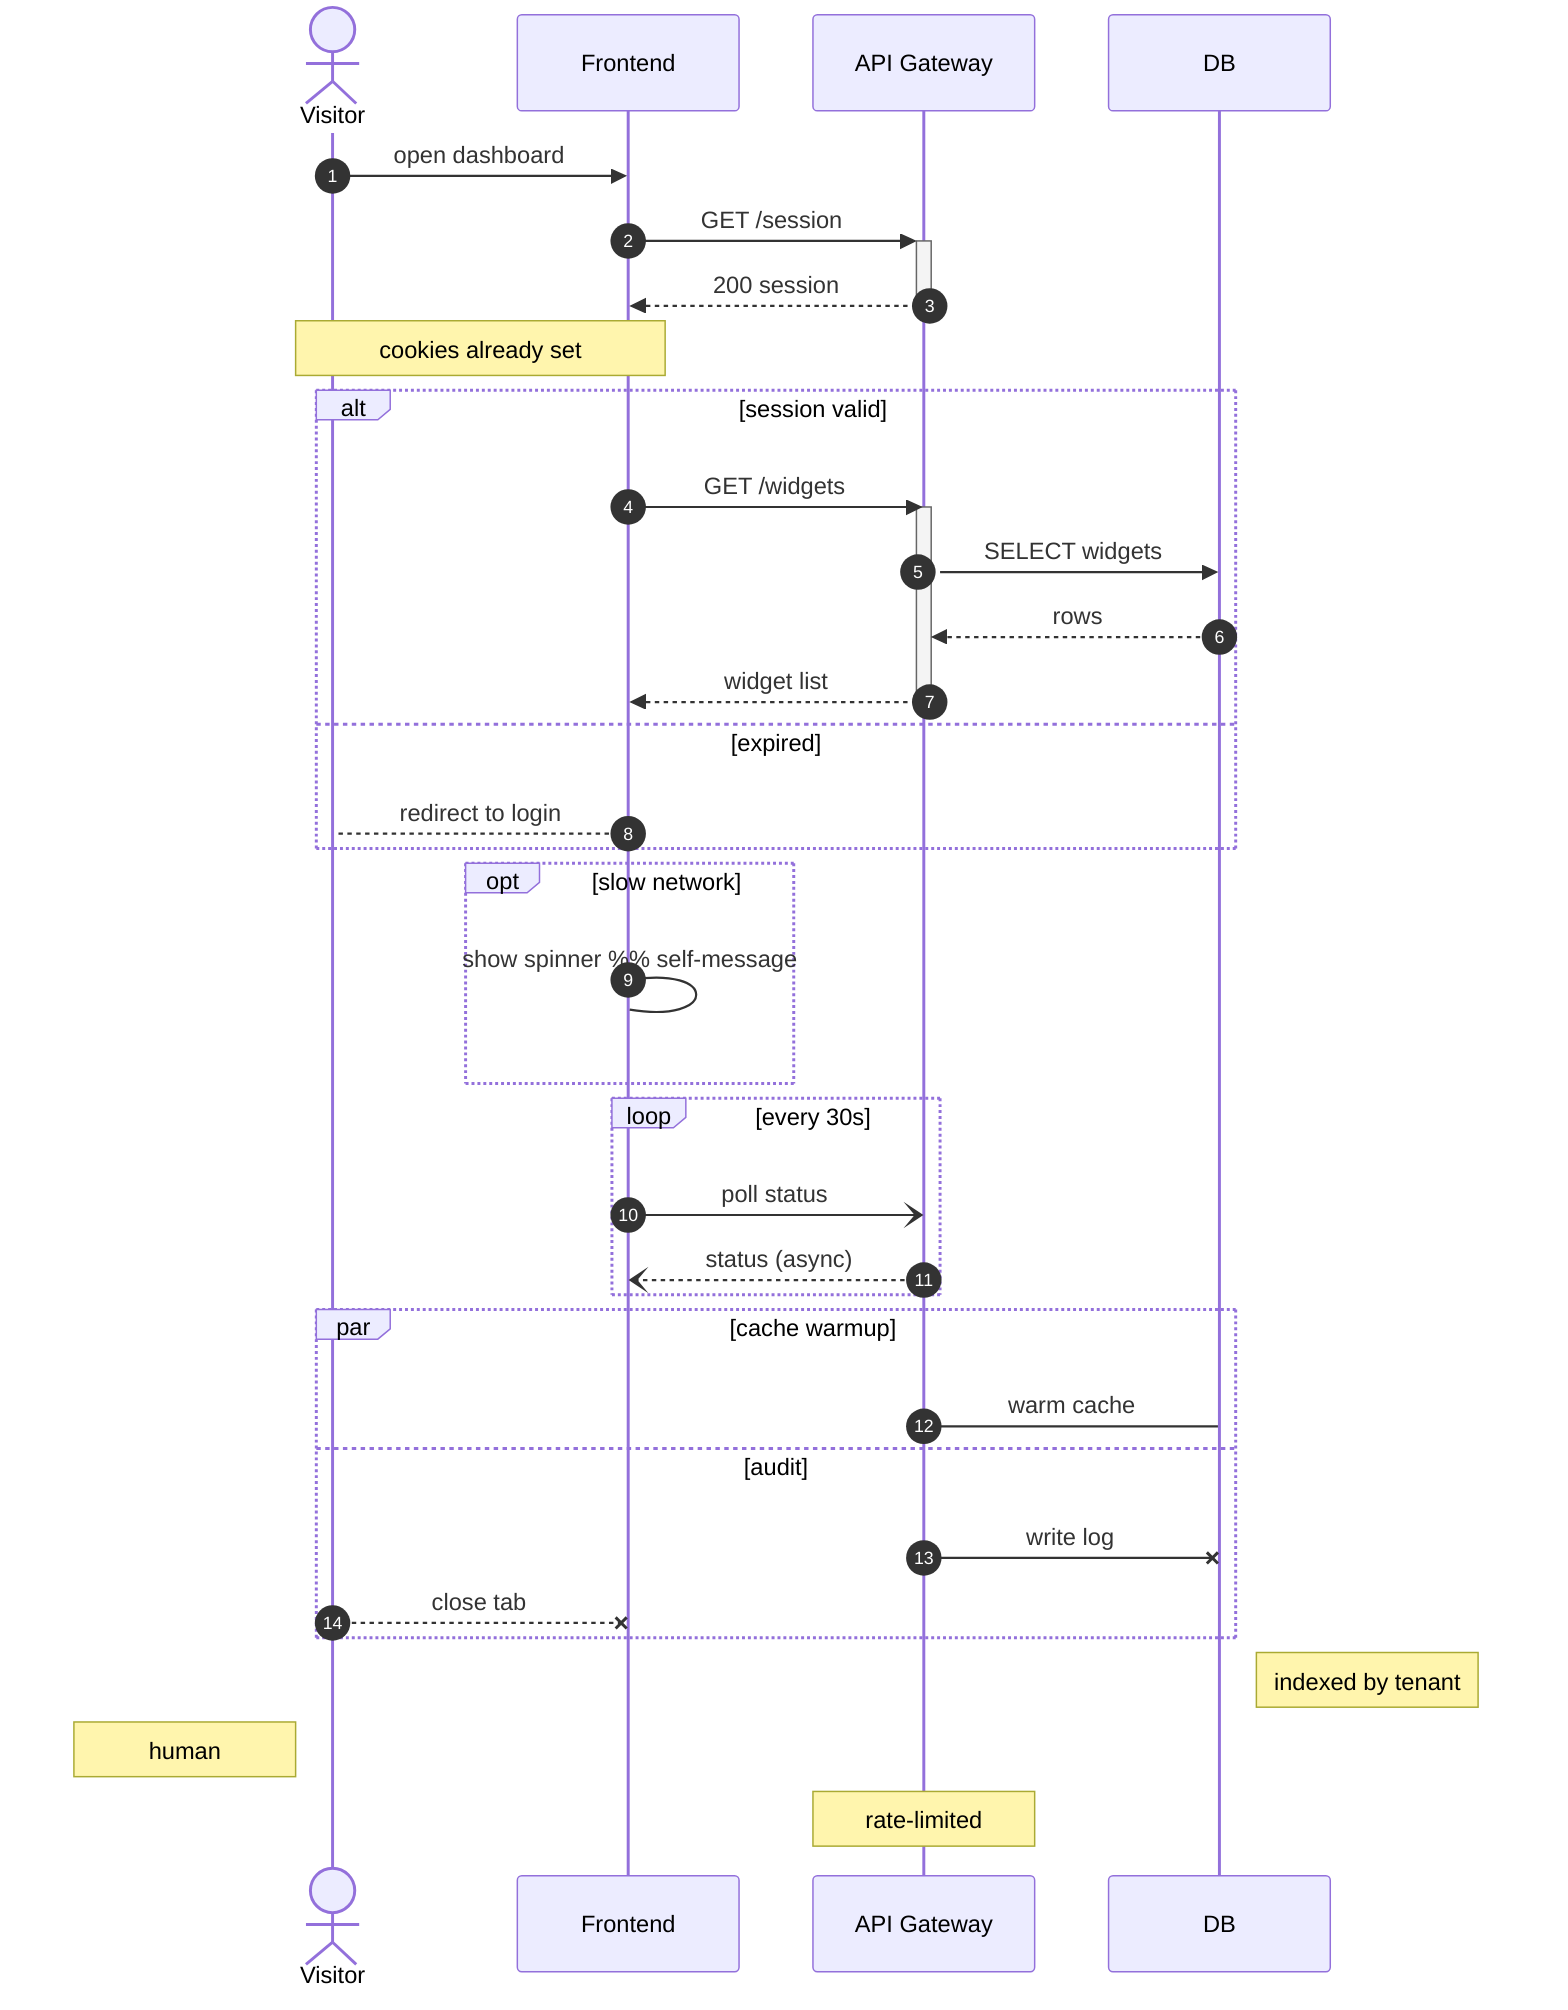
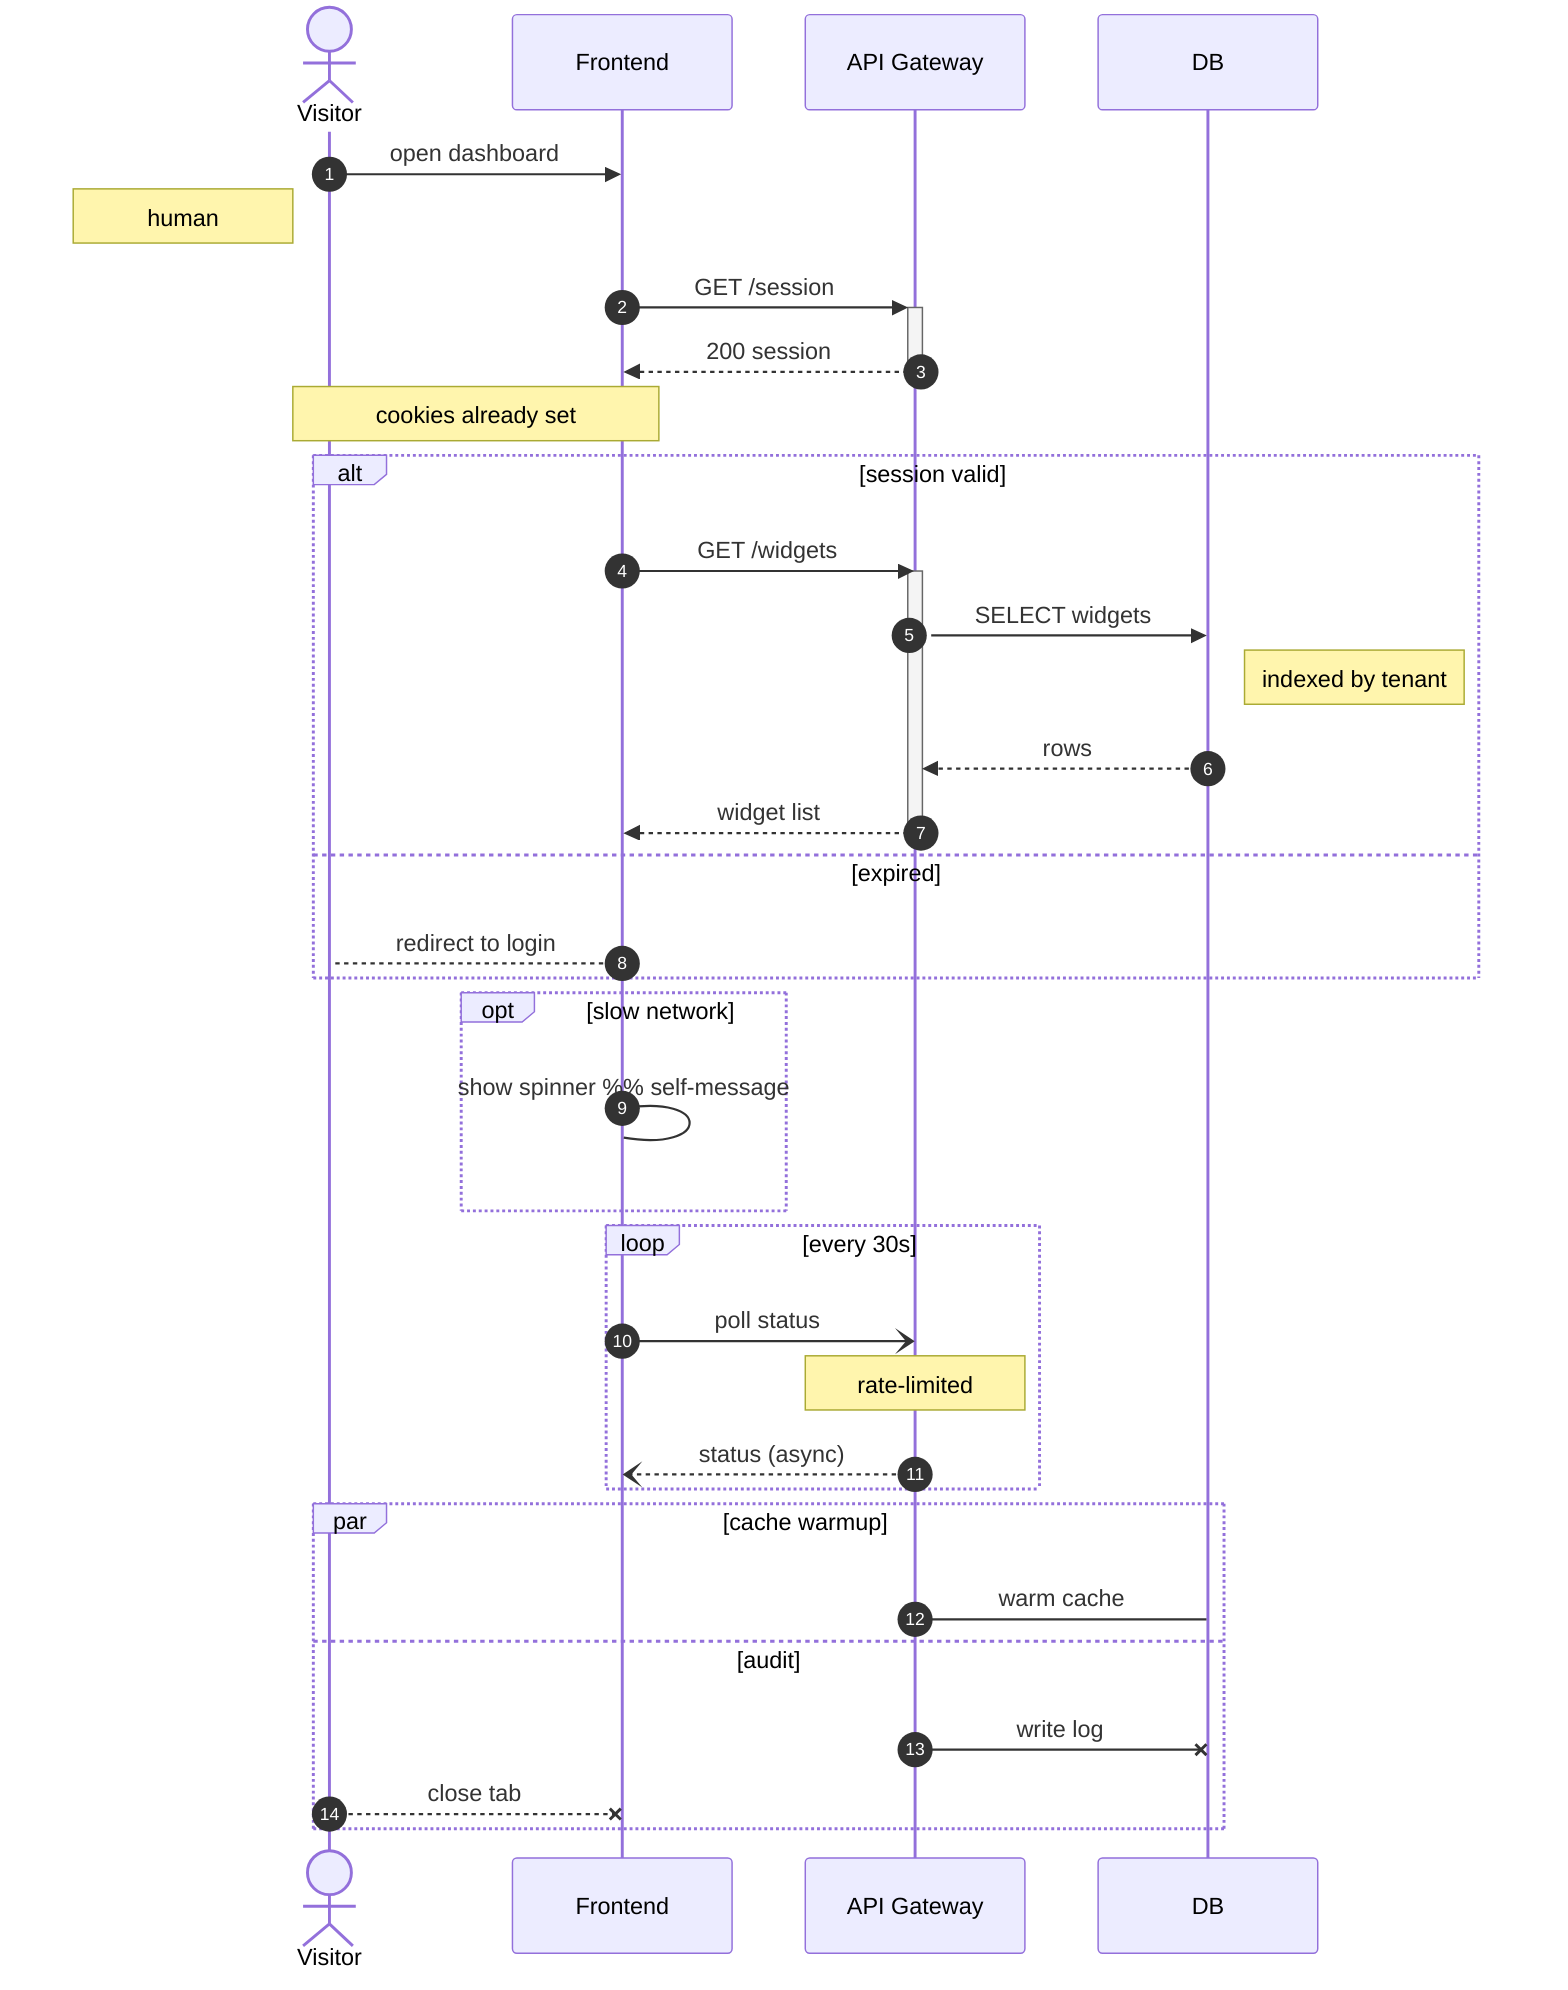
%% Sequence diagram showcase: participants & actors with aliases,
%% every message arrow, autonumber, all four note forms, explicit
%% and shorthand activations, and loop/opt/alt/par frames.
sequenceDiagram
    autonumber
    actor U as Visitor
    participant FE as Frontend
    participant API as API Gateway
    participant DB

    U->>FE: open dashboard
+     Note left of U: human
    FE->>+API: GET /session
    API-->>-FE: 200 session
    Note over U,FE: cookies already set

    alt session valid
        FE->>API: GET /widgets
        activate API
        API->>DB: SELECT widgets
+         Note right of DB: indexed by tenant
        DB-->>API: rows
        API-->>FE: widget list
        deactivate API
    else expired
        FE-->U: redirect to login
    end

    opt slow network
        FE->FE: show spinner %% self-message
    end

    loop every 30s
        FE-)API: poll status
+         Note over API: rate-limited
        API--)FE: status (async)
    end

    par cache warmup
        API->DB: warm cache
    and audit
        API-xDB: write log
        U--xFE: close tab
    end
- 
-     Note right of DB: indexed by tenant
-     Note left of U: human
-     Note over API: rate-limited
